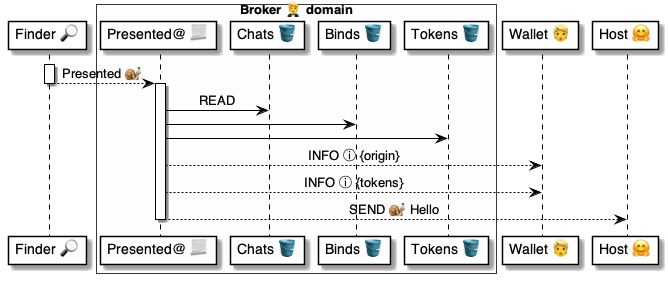
This is 4 ⚙️ Solution/20 🧑‍🦰 UI/Brokers 🤵/🤵🅰️ Broker methods/Chats 💬 Presented 🔎🐌🤵/🤵 Presented ⚙️ uml.png from pollyweb-org/pollyweb-docs, a PlantUML export, as it was before one commit. Its source is kept beside it as 4 ⚙️ Solution/20 🧑‍🦰 UI/Brokers 🤵/🤵🅰️ Broker methods/Chats 💬 Presented 🔎🐌🤵/🤵 Presented ⚙️ uml.puml. Its diagram source:
```plantuml
@startuml Presented@Broker

participant "Finder 🔎" as finder

box "Broker 🤵 domain"  #FFFFFA
    participant "Presented@ 📃" as broker
    participant "Chats 🪣" as chats
    participant "Binds 🪣" as binds
    participant "Tokens 🪣" as tokens
end box

  participant "Wallet 👱" as wallet

participant "Host 🤗" as host


activate finder
    finder --> broker : Presented 🐌
deactivate finder

activate broker
    broker -> chats: READ
    broker -> binds:
    broker -> tokens:
    broker --> wallet: INFO ⓘ {origin}
    broker --> wallet: INFO ⓘ {tokens}
    broker --> host: SEND 🐌 Hello
deactivate broker


@enduml
```
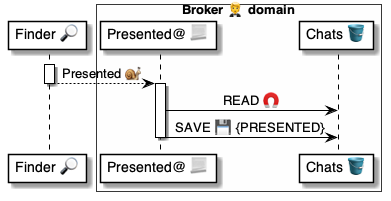
After the change.

The edit, as a diff of the source:
```diff
@@ -5,13 +5,9 @@
 box "Broker 🤵 domain"  #FFFFFA
     participant "Presented@ 📃" as broker
     participant "Chats 🪣" as chats
-    participant "Binds 🪣" as binds
-    participant "Tokens 🪣" as tokens
 end box
 
-  participant "Wallet 👱" as wallet
 
-participant "Host 🤗" as host
 
 
 activate finder
@@ -19,12 +15,8 @@
 deactivate finder
 
 activate broker
-    broker -> chats: READ
-    broker -> binds:
-    broker -> tokens:
-    broker --> wallet: INFO ⓘ {origin}
-    broker --> wallet: INFO ⓘ {tokens}
-    broker --> host: SEND 🐌 Hello
+    broker -> chats: READ 🧲
+    broker -> chats: SAVE 💾 {PRESENTED}
 deactivate broker
 
 
```
